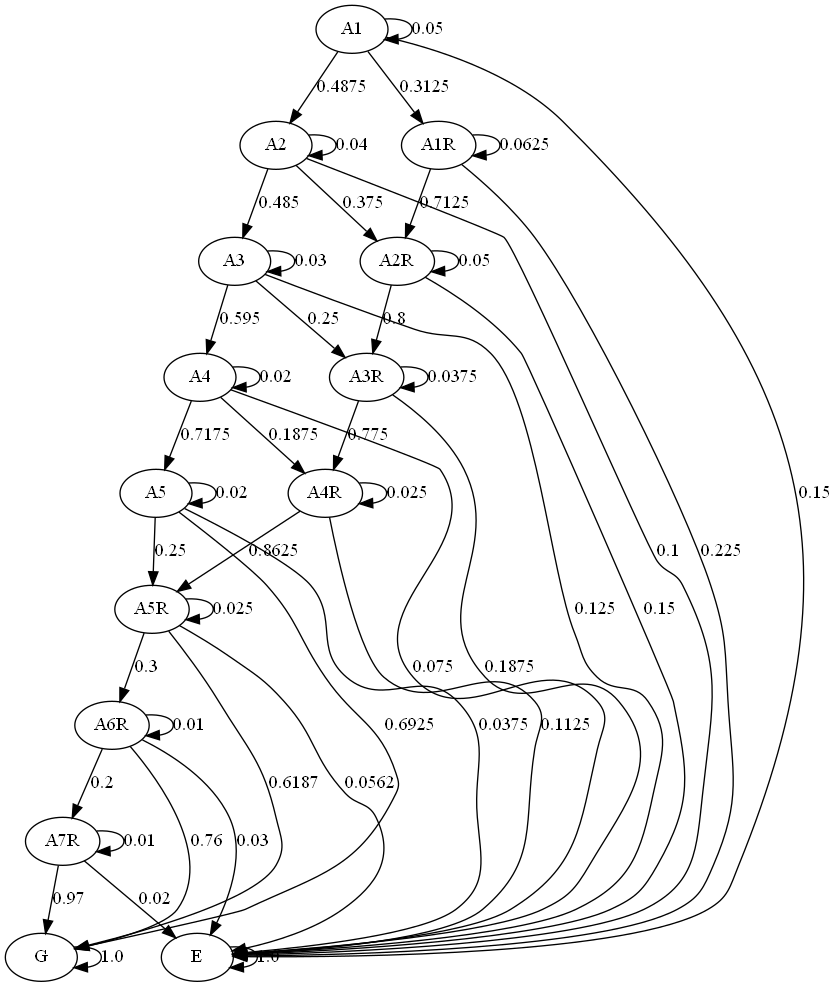
Earlier version of the Graphviz export graph/markov.png (JulianaFerreira/educacao). Its source is kept beside it as graph/markov.dot.
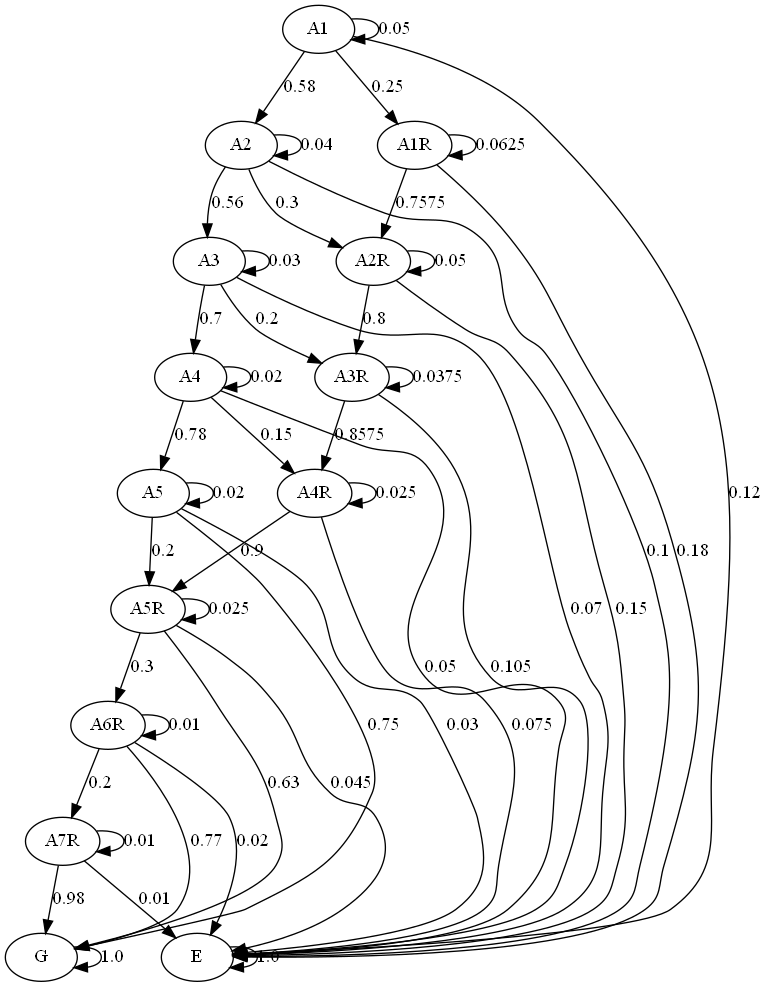
The same diagram one commit later.

Change to the diagram source:
```diff
@@ -14,48 +14,48 @@
 G;
 E;
 A1 -> A1  [key=0, label="0.05", weight="0.05"];
-A1 -> A2  [key=0, label="0.4875", weight="0.4875"];
-A1 -> A1R  [key=0, label="0.3125", weight="0.3125"];
-A1 -> E  [key=0, label="0.15", weight="0.15"];
+A1 -> A2  [key=0, label="0.58", weight="0.58"];
+A1 -> A1R  [key=0, label="0.25", weight="0.25"];
+A1 -> E  [key=0, label="0.12", weight="0.12"];
 A2 -> A2  [key=0, label="0.04", weight="0.04"];
-A2 -> A3  [key=0, label="0.485", weight="0.485"];
-A2 -> A2R  [key=0, label="0.375", weight="0.375"];
+A2 -> A3  [key=0, label="0.56", weight="0.56"];
+A2 -> A2R  [key=0, label="0.3", weight="0.3"];
 A2 -> E  [key=0, label="0.1", weight="0.1"];
 A3 -> A3  [key=0, label="0.03", weight="0.03"];
-A3 -> A4  [key=0, label="0.595", weight="0.595"];
-A3 -> A3R  [key=0, label="0.25", weight="0.25"];
-A3 -> E  [key=0, label="0.125", weight="0.125"];
+A3 -> A4  [key=0, label="0.7", weight="0.7"];
+A3 -> A3R  [key=0, label="0.2", weight="0.2"];
+A3 -> E  [key=0, label="0.07", weight="0.07"];
 A4 -> A4  [key=0, label="0.02", weight="0.02"];
-A4 -> A5  [key=0, label="0.7175", weight="0.7175"];
-A4 -> A4R  [key=0, label="0.1875", weight="0.1875"];
-A4 -> E  [key=0, label="0.075", weight="0.075"];
+A4 -> A5  [key=0, label="0.78", weight="0.78"];
+A4 -> A4R  [key=0, label="0.15", weight="0.15"];
+A4 -> E  [key=0, label="0.05", weight="0.05"];
 A5 -> A5  [key=0, label="0.02", weight="0.02"];
-A5 -> A5R  [key=0, label="0.25", weight="0.25"];
-A5 -> G  [key=0, label="0.6925", weight="0.6925"];
-A5 -> E  [key=0, label="0.0375", weight="0.0375"];
+A5 -> A5R  [key=0, label="0.2", weight="0.2"];
+A5 -> G  [key=0, label="0.75", weight="0.75"];
+A5 -> E  [key=0, label="0.03", weight="0.03"];
 A1R -> A1R  [key=0, label="0.0625", weight="0.0625"];
-A1R -> A2R  [key=0, label="0.7125", weight="0.7125"];
-A1R -> E  [key=0, label="0.225", weight="0.225"];
+A1R -> A2R  [key=0, label="0.7575", weight="0.7575"];
+A1R -> E  [key=0, label="0.18", weight="0.18"];
 A2R -> A2R  [key=0, label="0.05", weight="0.05"];
 A2R -> A3R  [key=0, label="0.8", weight="0.8"];
 A2R -> E  [key=0, label="0.15", weight="0.15"];
 A3R -> A3R  [key=0, label="0.0375", weight="0.0375"];
-A3R -> A4R  [key=0, label="0.775", weight="0.775"];
-A3R -> E  [key=0, label="0.1875", weight="0.1875"];
+A3R -> A4R  [key=0, label="0.8575", weight="0.8575"];
+A3R -> E  [key=0, label="0.105", weight="0.105"];
 A4R -> A4R  [key=0, label="0.025", weight="0.025"];
-A4R -> A5R  [key=0, label="0.8625", weight="0.8625"];
-A4R -> E  [key=0, label="0.1125", weight="0.1125"];
+A4R -> A5R  [key=0, label="0.9", weight="0.9"];
+A4R -> E  [key=0, label="0.075", weight="0.075"];
 A5R -> A5R  [key=0, label="0.025", weight="0.025"];
 A5R -> A6R  [key=0, label="0.3", weight="0.3"];
-A5R -> G  [key=0, label="0.6187", weight="0.6187"];
-A5R -> E  [key=0, label="0.0562", weight="0.0562"];
+A5R -> G  [key=0, label="0.63", weight="0.63"];
+A5R -> E  [key=0, label="0.045", weight="0.045"];
 A6R -> A6R  [key=0, label="0.01", weight="0.01"];
 A6R -> A7R  [key=0, label="0.2", weight="0.2"];
-A6R -> G  [key=0, label="0.76", weight="0.76"];
-A6R -> E  [key=0, label="0.03", weight="0.03"];
+A6R -> G  [key=0, label="0.77", weight="0.77"];
+A6R -> E  [key=0, label="0.02", weight="0.02"];
 A7R -> A7R  [key=0, label="0.01", weight="0.01"];
-A7R -> G  [key=0, label="0.97", weight="0.97"];
-A7R -> E  [key=0, label="0.02", weight="0.02"];
+A7R -> G  [key=0, label="0.98", weight="0.98"];
+A7R -> E  [key=0, label="0.01", weight="0.01"];
 G -> G  [key=0, label="1.0", weight="1.0"];
 E -> E  [key=0, label="1.0", weight="1.0"];
 }
```
